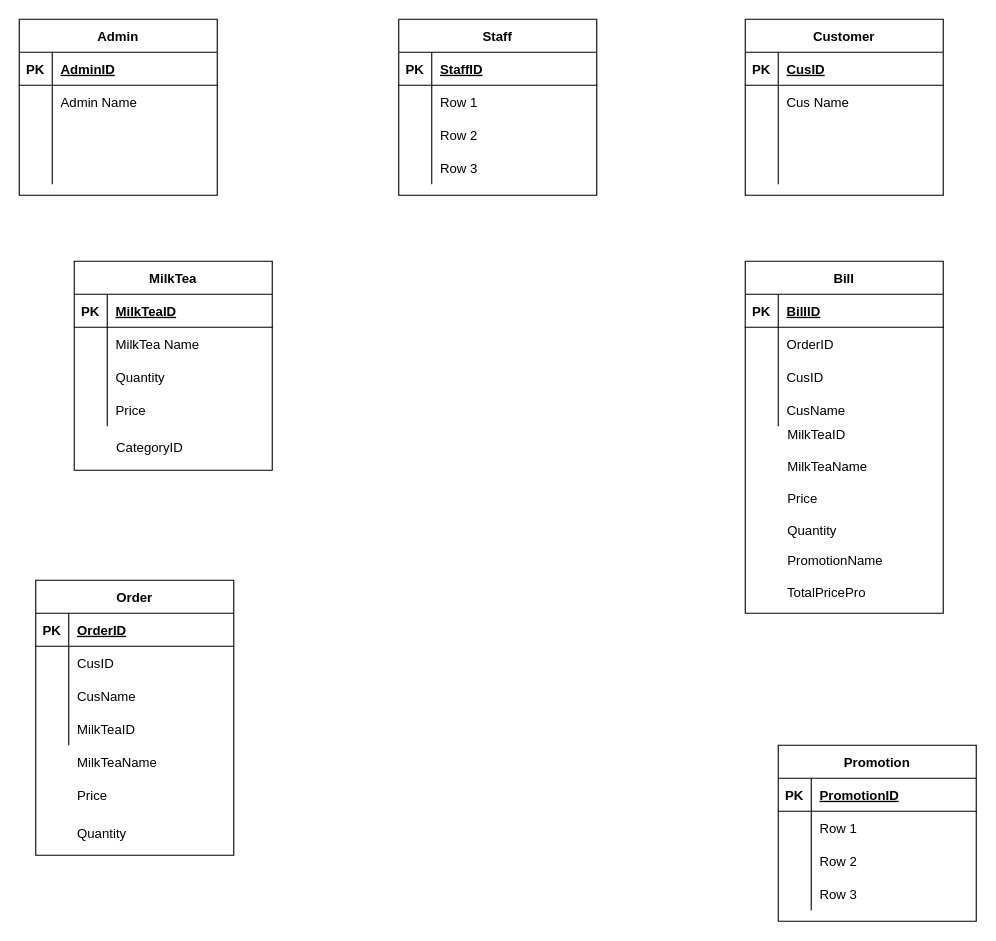
The draw.io diagram ERD.drawio in tan0976861/PRN292, before the edit. Source tidied: cells renumbered, new cells numbered last; positions are measured from the earlier drawing's top-left corner, leaving out a move shared by most shapes. Both pictures are drawn from the tidied source at 110%, with x=0, y=0 at pixel (19, 19).
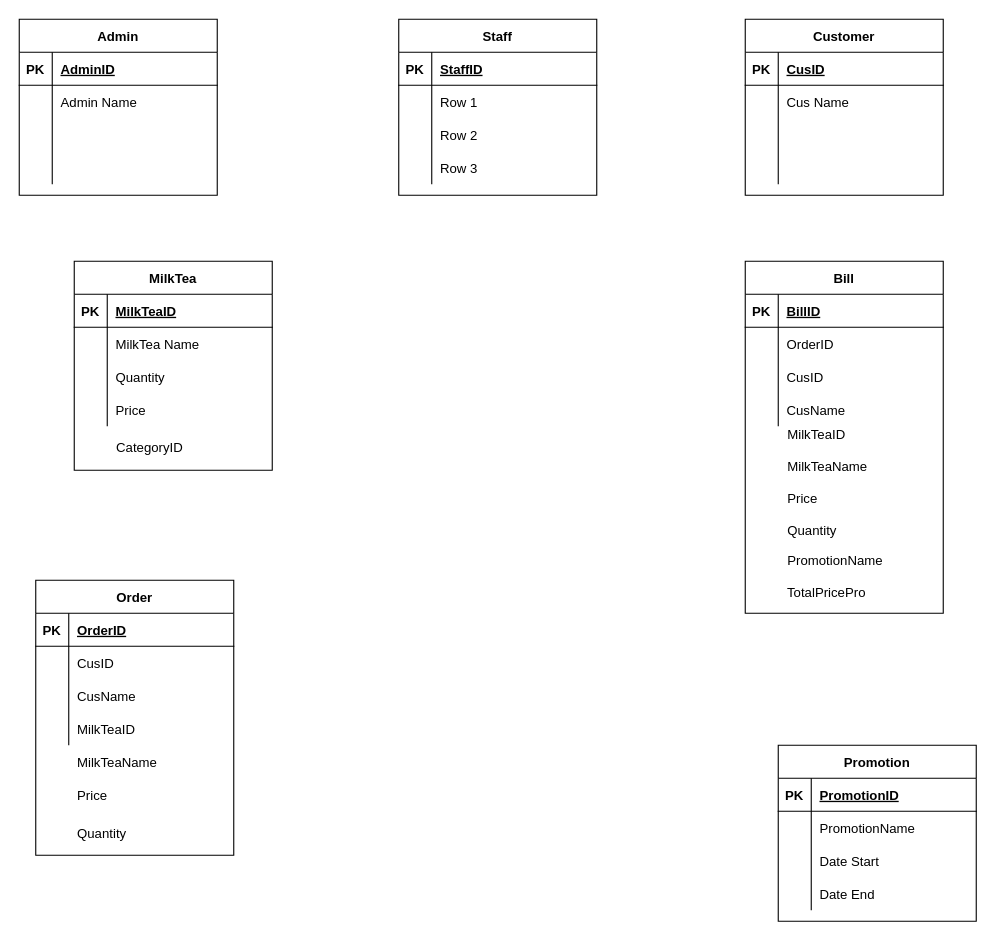
The same diagram, later.

The change refers to these unchanged cells:
```xml
<mxCell id="71" style="shape=partialRectangle;fillColor=none;top=0;left=0;bottom=0;right=0;" parent="67" vertex="1">
  <mxGeometry y="60" width="180" height="30" as="geometry" />
</mxCell>
<mxCell id="74" style="shape=partialRectangle;fillColor=none;top=0;left=0;bottom=0;right=0;" parent="67" vertex="1">
  <mxGeometry y="90" width="180" height="30" as="geometry" />
</mxCell>
<mxCell id="77" style="shape=partialRectangle;fillColor=none;top=0;left=0;bottom=0;right=0;" parent="67" vertex="1">
  <mxGeometry y="120" width="180" height="30" as="geometry" />
</mxCell>
```

Change to the diagram source:
```diff
@@
-    <mxCell id="73" value="Row 1" style="shape=partialRectangle;fillColor=none;top=0;left=0;bottom=0;right=0;align=left;spacingLeft=6;overflow=hidden;" parent="71" vertex="1">
+    <mxCell id="73" value="PromotionName" style="shape=partialRectangle;fillColor=none;top=0;left=0;bottom=0;right=0;align=left;spacingLeft=6;overflow=hidden;" parent="71" vertex="1">
       <mxGeometry x="30" width="150" height="30" as="geometry" />
     </mxCell>
@@
-    <mxCell id="76" value="Row 2" style="shape=partialRectangle;fillColor=none;top=0;left=0;bottom=0;right=0;align=left;spacingLeft=6;overflow=hidden;" parent="74" vertex="1">
+    <mxCell id="76" value="Date Start" style="shape=partialRectangle;fillColor=none;top=0;left=0;bottom=0;right=0;align=left;spacingLeft=6;overflow=hidden;" parent="74" vertex="1">
       <mxGeometry x="30" width="150" height="30" as="geometry" />
     </mxCell>
@@
-    <mxCell id="79" value="Row 3" style="shape=partialRectangle;fillColor=none;top=0;left=0;bottom=0;right=0;align=left;spacingLeft=6;overflow=hidden;" parent="77" vertex="1">
+    <mxCell id="79" value="Date End" style="shape=partialRectangle;fillColor=none;top=0;left=0;bottom=0;right=0;align=left;spacingLeft=6;overflow=hidden;" parent="77" vertex="1">
       <mxGeometry x="30" width="150" height="30" as="geometry" />
     </mxCell>
```
